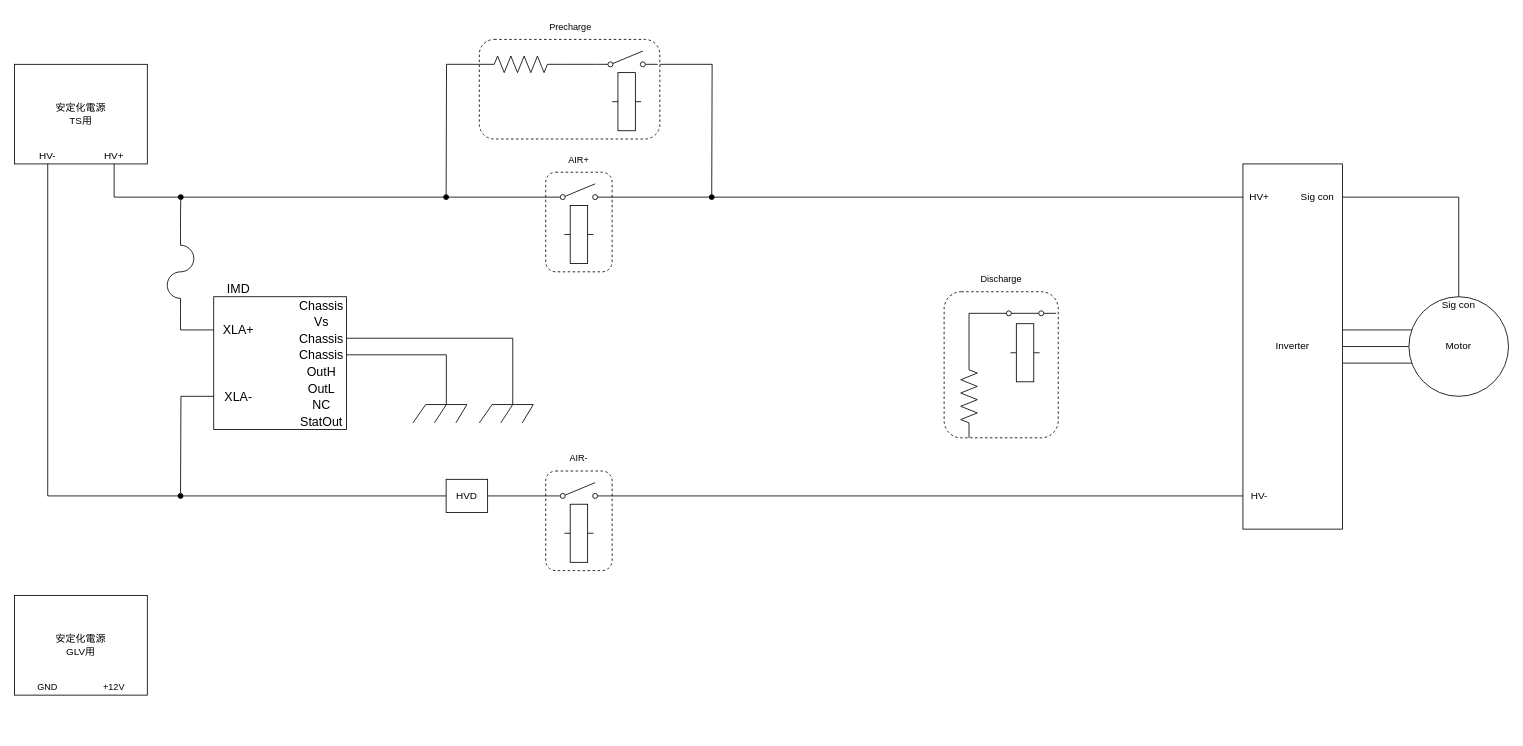
This is page "InverterTestCircuit" (6 of 6) of EVCircuit.drawio from ST04-tkmr/drawio_Schematics, a draw.io file, before an edit. Source tidied: cells renumbered, new cells numbered last; positions are measured from the earlier drawing's top-left corner, leaving out a move shared by most shapes. Both pictures are drawn from the tidied source at 83%, with x=0, y=0 at pixel (14, 14).
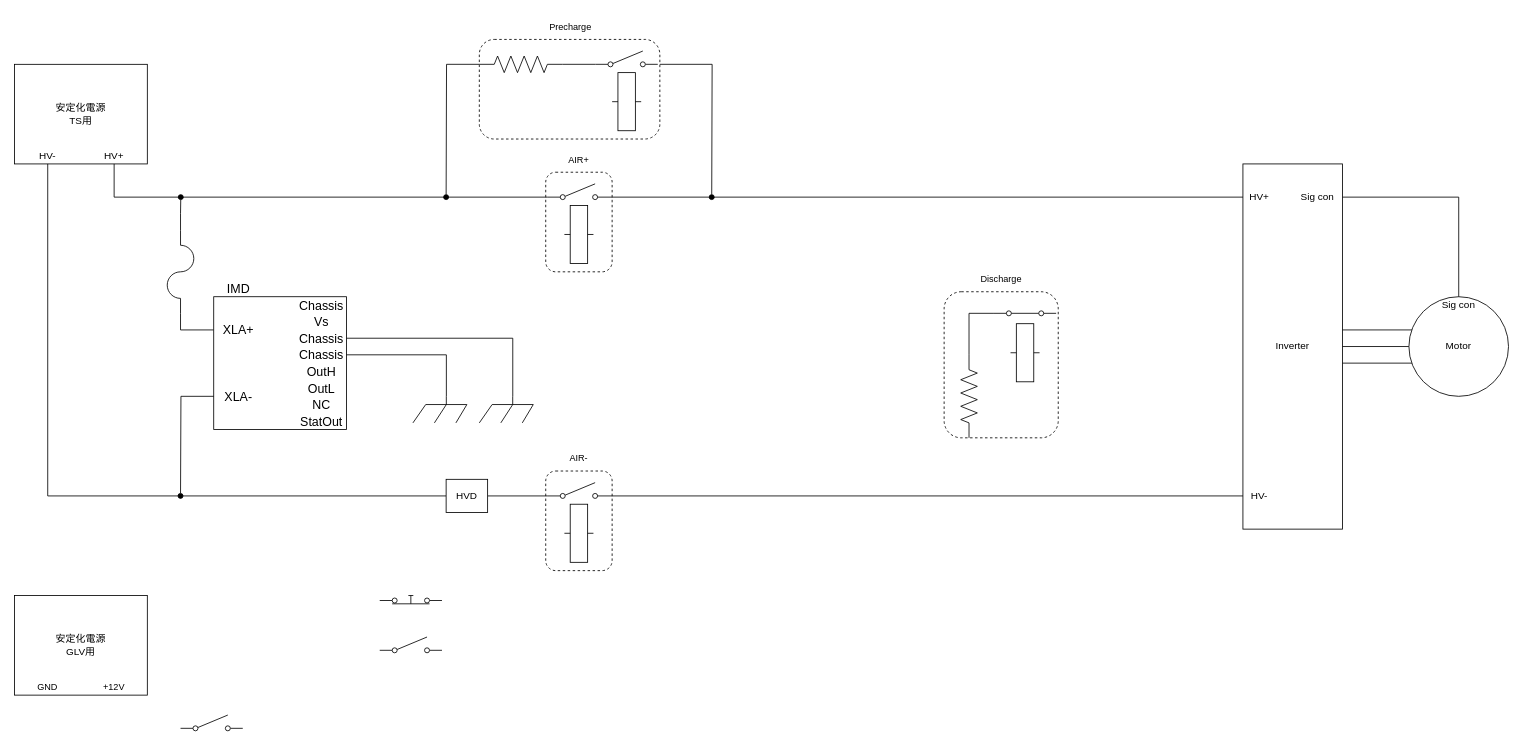
The same diagram, later.

Change to the diagram source:
```diff
@@
+    <mxCell id="71" style="html=1;shape=mxgraph.electrical.electro-mechanical.pushbutton;elSwitchState=on;" parent="1" vertex="1">
+      <mxGeometry x="440" y="690" width="75" height="20" as="geometry" />
+    </mxCell>
+    <mxCell id="72" style="html=1;shape=mxgraph.electrical.electro-mechanical.singleSwitch;elSwitchState=off;" parent="1" vertex="1">
+      <mxGeometry x="200" y="844" width="75" height="20" as="geometry" />
+    </mxCell>
+    <mxCell id="73" style="html=1;shape=mxgraph.electrical.electro-mechanical.singleSwitch;elSwitchState=off;" parent="1" vertex="1">
+      <mxGeometry x="440" y="750" width="75" height="20" as="geometry" />
+    </mxCell>
```
